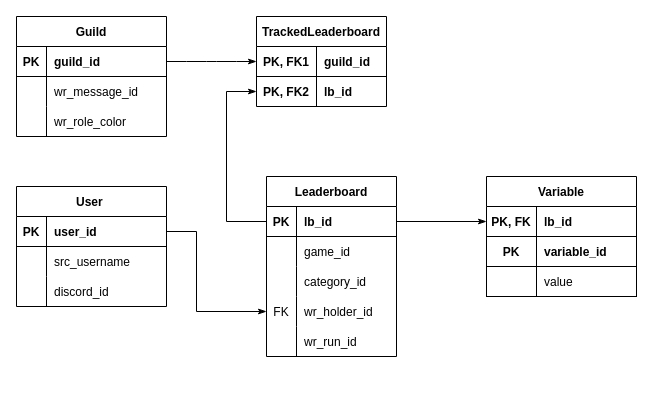
The draw.io diagram srcwrsbot.drawio in mitchell-merry/src-wrs-bot, before the edit. Source tidied: cells renumbered, new cells numbered last; positions are measured from the earlier drawing's top-left corner, leaving out a move shared by most shapes. Both pictures are drawn from the tidied source at 100%, with x=0, y=0 at pixel (16, 16).
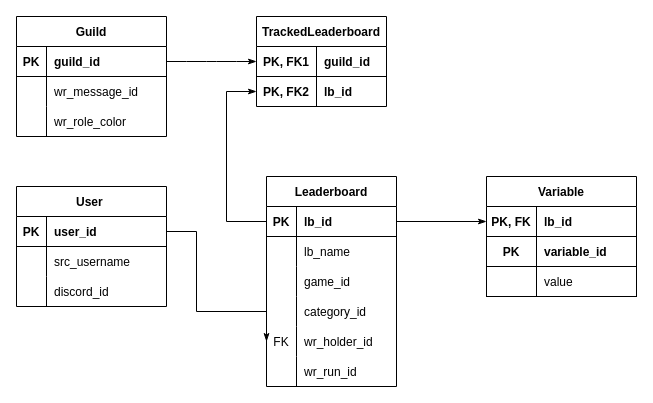
Above is the later version.

The edit, as a diff of the source:
```diff
@@
     <mxCell id="3" value="Leaderboard" style="shape=table;startSize=30;childLayout=tableLayout;rowLines=0;fontStyle=1;align=center;" parent="1" vertex="1">
-      <mxGeometry x="250" y="160" width="130" height="180" as="geometry" />
+      <mxGeometry x="250" y="160" width="130" height="210" as="geometry" />
     </mxCell>
@@
+    <mxCell id="59" style="shape=partialRectangle;fillColor=none;top=0;left=0;right=0;bottom=0;" parent="3" vertex="1">
+      <mxGeometry y="60" width="130" height="30" as="geometry" />
+    </mxCell>
+    <mxCell id="60" style="shape=partialRectangle;overflow=hidden;fillColor=none;top=0;left=0;bottom=0;right=0;" parent="59" vertex="1">
+      <mxGeometry width="30" height="30" as="geometry" />
+    </mxCell>
+    <mxCell id="61" value="lb_name" style="shape=partialRectangle;overflow=hidden;fillColor=none;top=0;left=0;bottom=0;right=0;align=left;spacingLeft=6;" parent="59" vertex="1">
+      <mxGeometry x="30" width="100" height="30" as="geometry" />
+    </mxCell>
     <mxCell id="7" style="shape=partialRectangle;fillColor=none;top=0;left=0;right=0;bottom=0;" parent="3" vertex="1">
-      <mxGeometry y="60" width="130" height="30" as="geometry" />
+      <mxGeometry y="90" width="130" height="30" as="geometry" />
     </mxCell>
@@
     <mxCell id="10" style="shape=partialRectangle;fillColor=none;top=0;left=0;right=0;bottom=0;" parent="3" vertex="1">
-      <mxGeometry y="90" width="130" height="30" as="geometry" />
+      <mxGeometry y="120" width="130" height="30" as="geometry" />
     </mxCell>
@@
     <mxCell id="13" style="shape=partialRectangle;fillColor=none;points=[[0,0.5],[1,0.5]];portConstraint=eastwest;top=0;left=0;right=0;bottom=0;" parent="3" vertex="1">
-      <mxGeometry y="120" width="130" height="30" as="geometry" />
+      <mxGeometry y="150" width="130" height="30" as="geometry" />
     </mxCell>
@@
     <mxCell id="16" style="shape=partialRectangle;fillColor=none;top=0;left=0;right=0;bottom=0;" parent="3" vertex="1">
-      <mxGeometry y="150" width="130" height="30" as="geometry" />
+      <mxGeometry y="180" width="130" height="30" as="geometry" />
     </mxCell>
```
